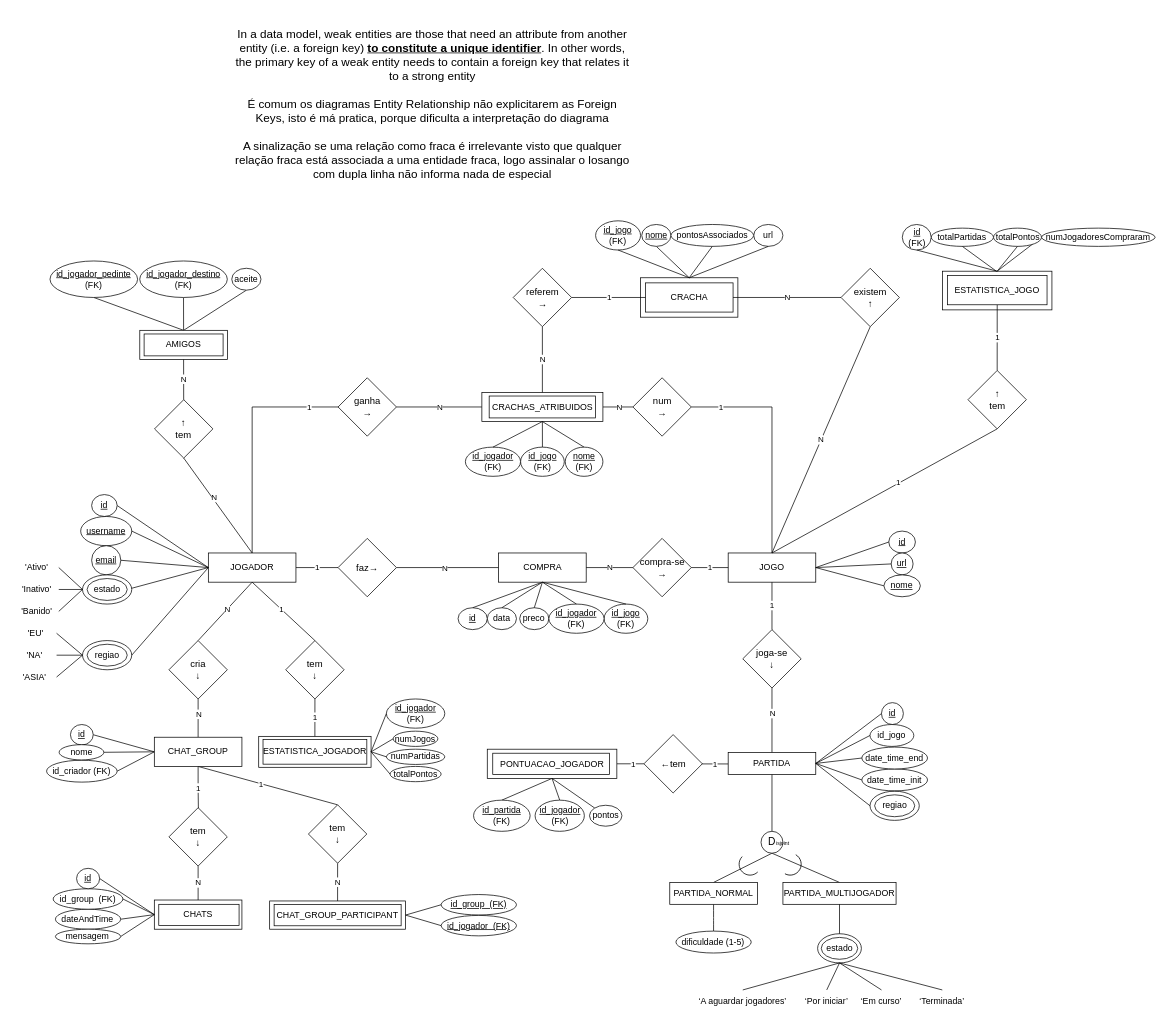
p4ulor/Game-Manager-w-PostgreSQL keeps this draw.io diagram as Docs/Entity-Relationship-Diagram.drawio. Above is the earlier version. Source tidied: cells renumbered, new cells numbered last; positions are measured from the earlier drawing's top-left corner, leaving out a move shared by most shapes. Both pictures are drawn from the tidied source at 73%, with x=0, y=0 at pixel (12, 12).
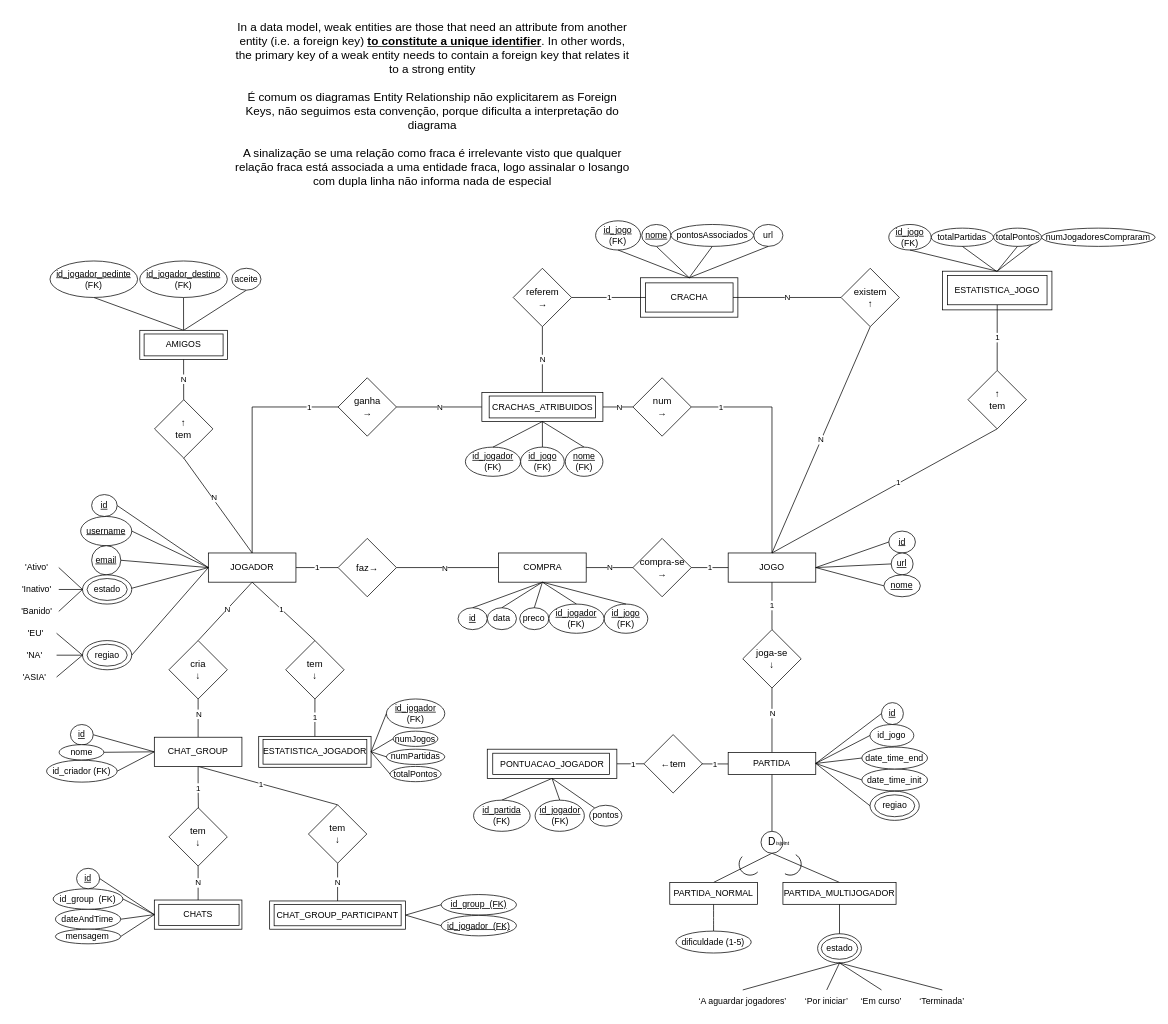
Above is the later version.

What changed in the source:
```diff
@@
-    <mxCell id="196" value="&lt;div style=&quot;font-size: 16px;&quot;&gt;&lt;font style=&quot;font-size: 16px;&quot;&gt;In a data model, weak entities are those that need an attribute from another entity (i.e. a foreign key) &lt;b&gt;&lt;u&gt;to constitute a unique identifier&lt;/u&gt;&lt;/b&gt;. In other words, the primary key of a weak entity needs to contain a foreign key that relates it to a strong entity&lt;/font&gt;&lt;/div&gt;&lt;div style=&quot;font-size: 16px;&quot;&gt;&lt;font style=&quot;font-size: 16px;&quot;&gt;&lt;br&gt;&lt;/font&gt;&lt;/div&gt;&lt;div style=&quot;font-size: 16px;&quot;&gt;&lt;font style=&quot;font-size: 16px;&quot;&gt;É comum os diagramas Entity Relationship não explicitarem as Foreign Keys, isto é má pratica, porque dificulta a interpretação do diagrama&lt;/font&gt;&lt;/div&gt;&lt;div style=&quot;font-size: 16px;&quot;&gt;&lt;font style=&quot;font-size: 16px;&quot;&gt;&lt;br&gt;&lt;/font&gt;&lt;/div&gt;&lt;div style=&quot;font-size: 16px;&quot;&gt;&lt;font style=&quot;font-size: 16px;&quot;&gt;A sinalização se uma relação como fraca é irrelevante visto que qualquer relação fraca está associada a uma entidade fraca, logo assinalar o losango com dupla linha não informa nada de especial&lt;/font&gt;&lt;/div&gt;" style="text;html=1;strokeColor=none;fillColor=none;align=center;verticalAlign=middle;whiteSpace=wrap;rounded=0;" parent="1" vertex="1">
+    <mxCell id="196" value="&lt;div style=&quot;font-size: 16px;&quot;&gt;&lt;font style=&quot;font-size: 16px;&quot;&gt;In a data model, weak entities are those that need an attribute from another entity (i.e. a foreign key) &lt;b&gt;&lt;u&gt;to constitute a unique identifier&lt;/u&gt;&lt;/b&gt;. In other words, the primary key of a weak entity needs to contain a foreign key that relates it to a strong entity&lt;/font&gt;&lt;/div&gt;&lt;div style=&quot;font-size: 16px;&quot;&gt;&lt;font style=&quot;font-size: 16px;&quot;&gt;&lt;br&gt;&lt;/font&gt;&lt;/div&gt;&lt;div style=&quot;font-size: 16px;&quot;&gt;&lt;font style=&quot;font-size: 16px;&quot;&gt;É comum os diagramas Entity Relationship não explicitarem as Foreign Keys, não seguimos esta convenção, porque dificulta a interpretação do diagrama&lt;/font&gt;&lt;/div&gt;&lt;div style=&quot;font-size: 16px;&quot;&gt;&lt;font style=&quot;font-size: 16px;&quot;&gt;&lt;br&gt;&lt;/font&gt;&lt;/div&gt;&lt;div style=&quot;font-size: 16px;&quot;&gt;&lt;font style=&quot;font-size: 16px;&quot;&gt;A sinalização se uma relação como fraca é irrelevante visto que qualquer relação fraca está associada a uma entidade fraca, logo assinalar o losango com dupla linha não informa nada de especial&lt;/font&gt;&lt;/div&gt;" style="text;html=1;strokeColor=none;fillColor=none;align=center;verticalAlign=middle;whiteSpace=wrap;rounded=0;" parent="1" vertex="1">
       <mxGeometry x="300" width="550" height="250" as="geometry" />
     </mxCell>
@@
-    <mxCell id="202" value="&lt;u&gt;id&lt;/u&gt;&lt;br&gt;(FK)" style="ellipse;whiteSpace=wrap;html=1;" parent="1" vertex="1">
-      <mxGeometry x="1218.5" y="290" width="39.6" height="35" as="geometry" />
+    <mxCell id="202" value="&lt;u&gt;id_jogo&lt;/u&gt;&lt;br&gt;(FK)" style="ellipse;whiteSpace=wrap;html=1;" parent="1" vertex="1">
+      <mxGeometry x="1200" y="290" width="58.1" height="35" as="geometry" />
     </mxCell>
```
